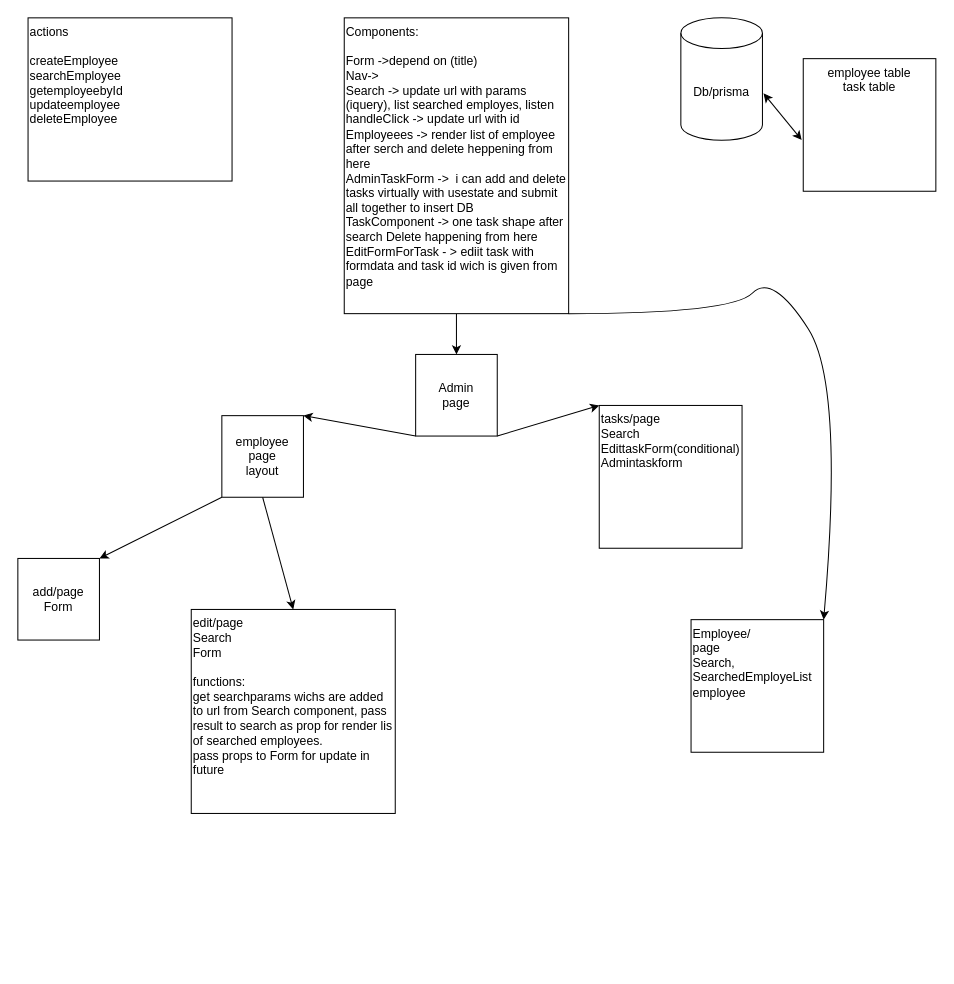
George-giorgi/tasksflow keeps this draw.io diagram as Untitled Diagram.drawio. Above is the earlier version. Source tidied: cells renumbered, new cells numbered last; positions are measured from the earlier drawing's top-left corner, leaving out a move shared by most shapes. Both pictures are drawn from the tidied source at 102%, with x=0, y=0 at pixel (17, 17).
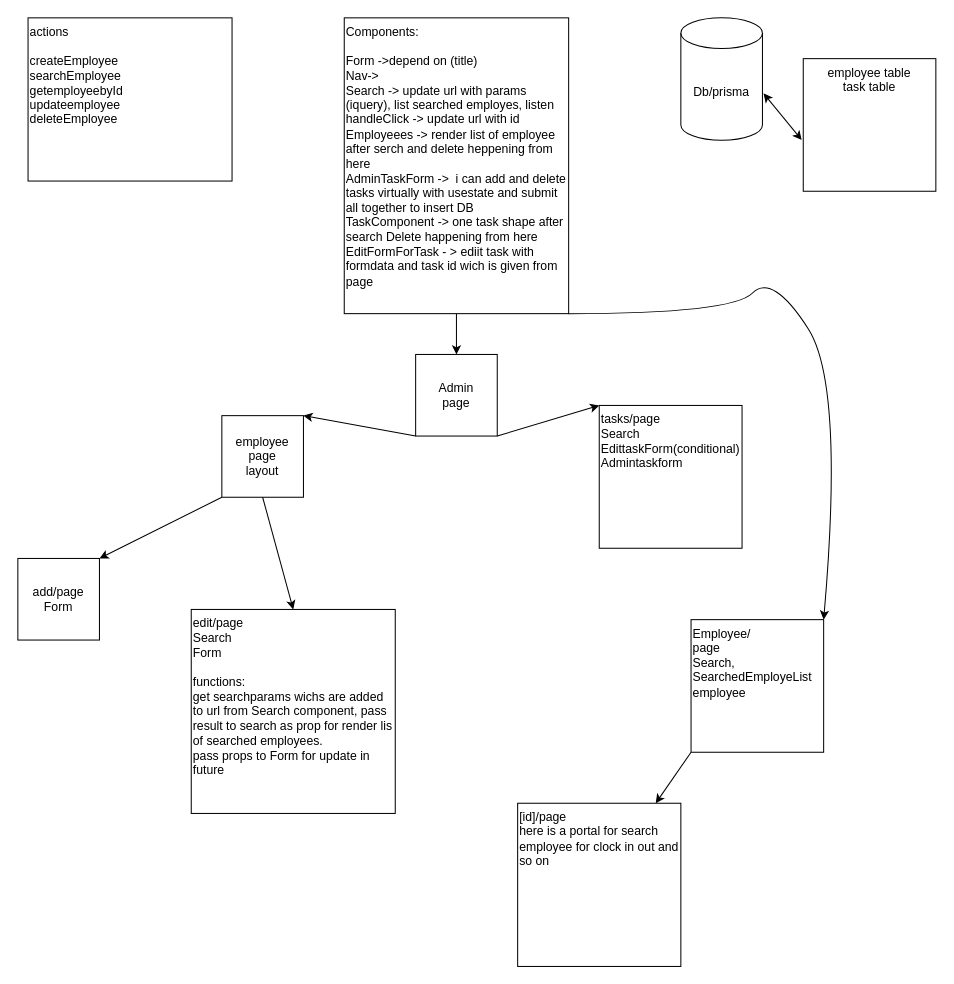
Above is the later version.

The change refers to these unchanged cells:
```xml
<mxCell id="17" value="Employee/&lt;div&gt;page&lt;/div&gt;&lt;div&gt;Search,&lt;/div&gt;&lt;div&gt;SearchedEmployeList&lt;/div&gt;&lt;div&gt;employee&lt;/div&gt;" style="whiteSpace=wrap;html=1;verticalAlign=top;align=left;" parent="1" vertex="1">
  <mxGeometry x="660" y="590" width="130" height="130" as="geometry" />
</mxCell>
```

Change to the diagram source:
```diff
@@
+    <mxCell id="19" style="endArrow=classic;html=1;rounded=0;exitX=0;exitY=1;exitDx=0;exitDy=0;" parent="1" edge="1" source="17" target="20">
+      <mxGeometry relative="1" as="geometry" />
+    </mxCell>
+    <mxCell id="20" value="[id]/page&lt;div&gt;here is a portal for search employee for clock in out and so on&lt;/div&gt;" style="whiteSpace=wrap;html=1;verticalAlign=top;align=left;" parent="1" vertex="1">
+      <mxGeometry x="490" y="770" width="160" height="160" as="geometry" />
+    </mxCell>
```
